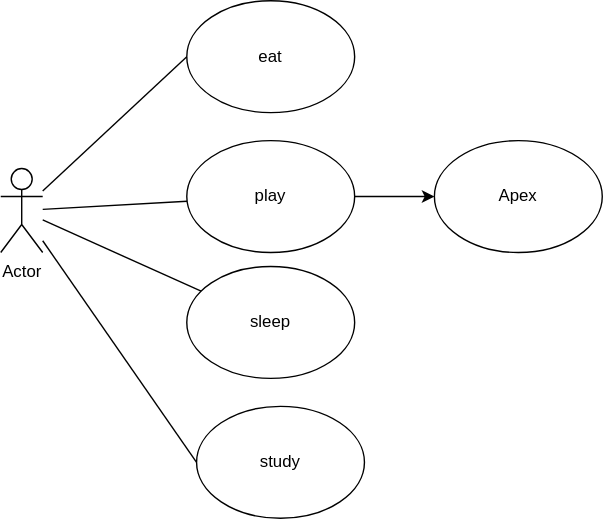
The draw.io diagram myFirstdrawio.drawio.svg in AKS0606/testDrawio, before a commit. Source tidied: cells renumbered, new cells last; positions are measured from the earlier drawing's top-left corner, leaving out a move shared by most shapes.
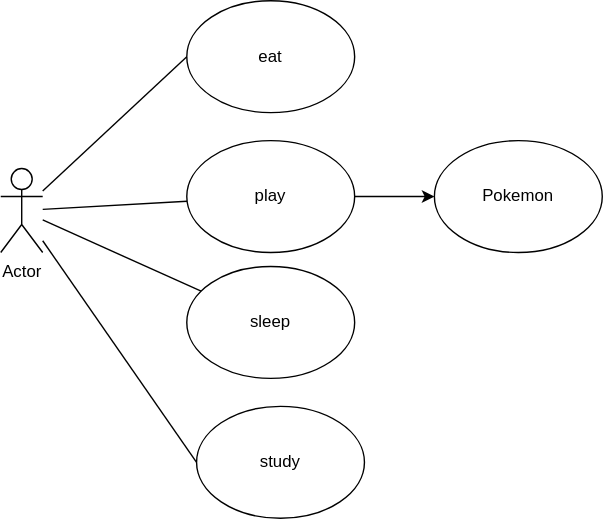
Later version of the same file.

Change to the diagram source:
```diff
@@ -32,7 +32,7 @@
     <mxCell id="11" style="endArrow=none;html=1;rounded=0;entryX=0;entryY=0.5;entryDx=0;entryDy=0;" parent="1" edge="1" source="2" target="10">
       <mxGeometry relative="1" as="geometry" />
     </mxCell>
-    <mxCell id="12" value="Apex" style="ellipse;whiteSpace=wrap;html=1;" parent="1" vertex="1">
+    <mxCell id="12" value="Pokemon" style="ellipse;whiteSpace=wrap;html=1;" parent="1" vertex="1">
       <mxGeometry x="310" y="100" width="120" height="80" as="geometry" />
     </mxCell>
   </root>
```
